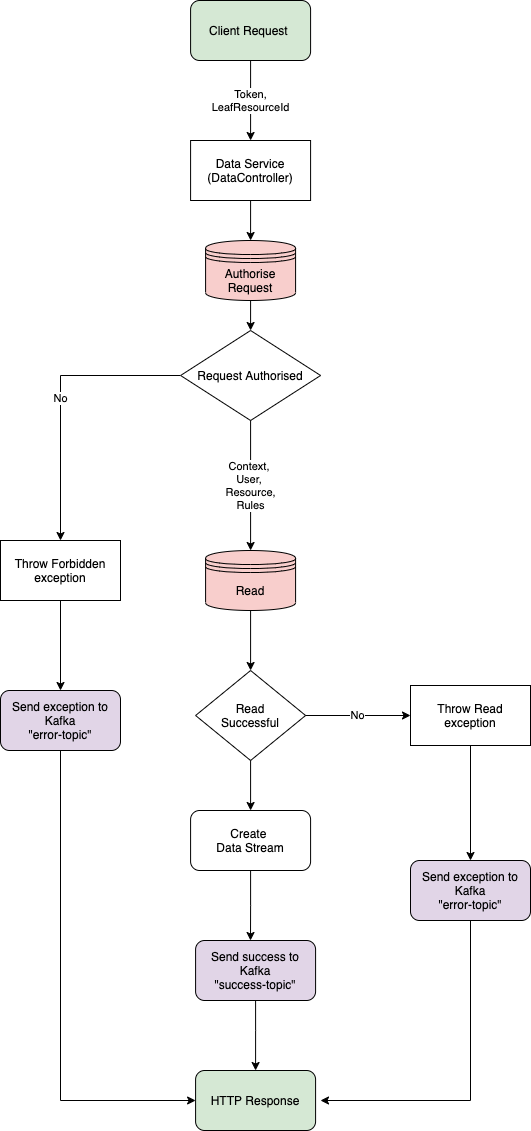
gchq/Palisade-services keeps this draw.io diagram as data-service/doc/data-service.png. Above is the earlier version. Source tidied: cells renumbered, new cells last; positions are measured from the earlier drawing's top-left corner, leaving out a move shared by most shapes.
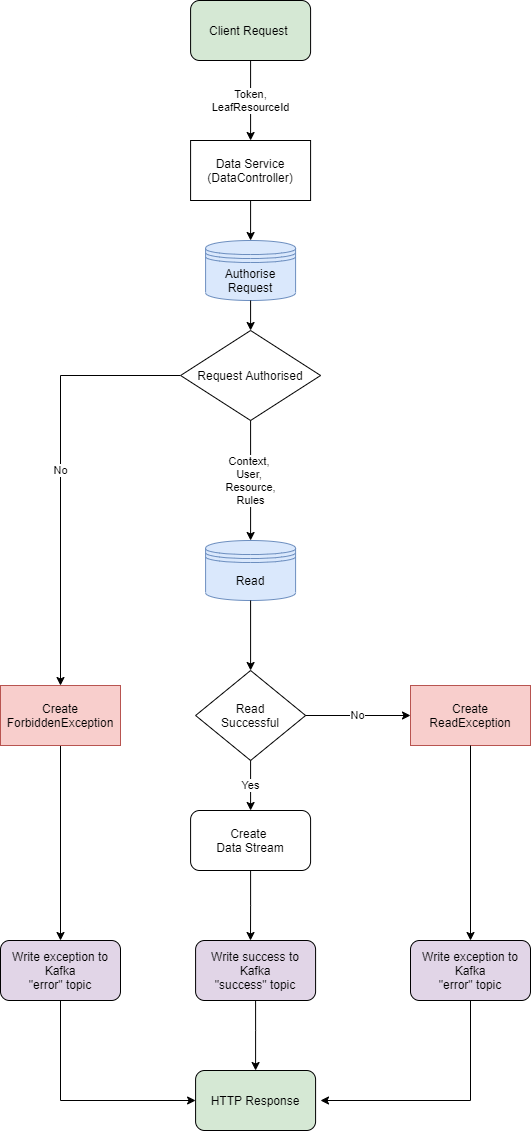
The same file after the commit.

Change to the diagram source:
```diff
@@ -14,11 +14,11 @@
     <mxCell id="5" style="edgeStyle=orthogonalEdgeStyle;rounded=0;jettySize=auto;html=1;exitX=0.5;exitY=1;exitDx=0;exitDy=0;entryX=0.5;entryY=0;entryDx=0;entryDy=0;" parent="1" edge="1" source="6" target="7">
       <mxGeometry relative="1" as="geometry" />
     </mxCell>
-    <mxCell id="6" value="Throw Forbidden exception" style="rounded=0;whiteSpace=wrap;html=1;" parent="1" vertex="1">
-      <mxGeometry y="540" width="120" height="60" as="geometry" />
+    <mxCell id="6" value="Create ForbiddenException" style="rounded=0;whiteSpace=wrap;html=1;fillColor=#f8cecc;strokeColor=#b85450;" parent="1" vertex="1">
+      <mxGeometry y="685" width="120" height="60" as="geometry" />
     </mxCell>
-    <mxCell id="7" value="&lt;div&gt;&lt;span&gt;Send exception to Kafka&lt;/span&gt;&lt;/div&gt;&lt;div&gt;&lt;span&gt;&quot;error-topic&quot;&lt;br&gt;&lt;/span&gt;&lt;/div&gt;" style="rounded=1;whiteSpace=wrap;html=1;fillColor=#E1D5E7;" parent="1" vertex="1">
-      <mxGeometry y="690" width="120" height="60" as="geometry" />
+    <mxCell id="7" value="&lt;div&gt;&lt;span&gt;Write exception to Kafka&lt;/span&gt;&lt;/div&gt;&lt;div&gt;&lt;span&gt;&quot;error&quot; topic&lt;br&gt;&lt;/span&gt;&lt;/div&gt;" style="rounded=1;whiteSpace=wrap;html=1;fillColor=#E1D5E7;" parent="1" vertex="1">
+      <mxGeometry y="940" width="120" height="60" as="geometry" />
     </mxCell>
     <mxCell id="8" value="Token,&lt;br&gt;LeafResourceId" style="edgeStyle=orthogonalEdgeStyle;rounded=1;jettySize=auto;html=1;exitX=0.5;exitY=1;exitDx=0;exitDy=0;entryX=0.5;entryY=0;entryDx=0;entryDy=0;" parent="1" edge="1" source="9" target="2">
       <mxGeometry relative="1" as="geometry" />
@@ -42,14 +42,14 @@
     <mxCell id="13" value="Read&lt;br&gt;Successful" style="rhombus;whiteSpace=wrap;html=1;" parent="1" vertex="1">
       <mxGeometry x="195.1" y="670" width="110" height="90" as="geometry" />
     </mxCell>
-    <mxCell id="14" value="Throw Read exception" style="rounded=0;whiteSpace=wrap;html=1;" parent="1" vertex="1">
+    <mxCell id="14" value="Create ReadException" style="rounded=0;whiteSpace=wrap;html=1;fillColor=#f8cecc;strokeColor=#b85450;" parent="1" vertex="1">
       <mxGeometry x="410" y="685" width="120" height="60" as="geometry" />
     </mxCell>
     <mxCell id="15" value="No" style="edgeStyle=orthogonalEdgeStyle;rounded=0;jettySize=auto;html=1;entryX=0;entryY=0.5;entryDx=0;entryDy=0;exitX=1;exitY=0.5;exitDx=0;exitDy=0;" parent="1" edge="1" source="13" target="14">
       <mxGeometry relative="1" as="geometry" />
     </mxCell>
-    <mxCell id="16" value="&lt;div&gt;&lt;span&gt;Send exception to Kafka&lt;/span&gt;&lt;/div&gt;&lt;div&gt;&lt;span&gt;&quot;error-topic&quot;&lt;br&gt;&lt;/span&gt;&lt;/div&gt;" style="rounded=1;whiteSpace=wrap;html=1;fillColor=#E1D5E7;" parent="1" vertex="1">
-      <mxGeometry x="410" y="860" width="120" height="60" as="geometry" />
+    <mxCell id="16" value="&lt;div&gt;&lt;span&gt;Write exception to Kafka&lt;/span&gt;&lt;/div&gt;&lt;div&gt;&lt;span&gt;&quot;error&quot; topic&lt;br&gt;&lt;/span&gt;&lt;/div&gt;" style="rounded=1;whiteSpace=wrap;html=1;fillColor=#E1D5E7;" parent="1" vertex="1">
+      <mxGeometry x="410" y="940" width="120" height="60" as="geometry" />
     </mxCell>
     <mxCell id="17" style="edgeStyle=orthogonalEdgeStyle;rounded=0;jettySize=auto;html=1;exitX=0.5;exitY=1;exitDx=0;exitDy=0;" parent="1" edge="1" source="16">
       <mxGeometry relative="1" as="geometry">
@@ -59,15 +59,13 @@
         </Array>
       </mxGeometry>
     </mxCell>
-    <mxCell id="18" style="edgeStyle=orthogonalEdgeStyle;rounded=0;jettySize=auto;html=1;exitX=0.5;exitY=1;exitDx=0;exitDy=0;" parent="1" edge="1" source="14">
-      <mxGeometry relative="1" as="geometry">
-        <mxPoint x="470" y="860" as="targetPoint" />
-      </mxGeometry>
+    <mxCell id="18" style="edgeStyle=orthogonalEdgeStyle;rounded=0;jettySize=auto;html=1;exitX=0.5;exitY=1;exitDx=0;exitDy=0;entryX=0.5;entryY=0;entryDx=0;entryDy=0;" parent="1" edge="1" source="14" target="16">
+      <mxGeometry relative="1" as="geometry" />
     </mxCell>
-    <mxCell id="19" value="&lt;div&gt;&lt;span&gt;Send success to Kafka&lt;/span&gt;&lt;/div&gt;&lt;div&gt;&lt;span&gt;&quot;success-topic&quot;&lt;br&gt;&lt;/span&gt;&lt;/div&gt;" style="rounded=1;whiteSpace=wrap;html=1;fillColor=#E1D5E7;" parent="1" vertex="1">
+    <mxCell id="19" value="&lt;div&gt;&lt;span&gt;Write success to Kafka&lt;/span&gt;&lt;/div&gt;&lt;div&gt;&lt;span&gt;&quot;success&quot; topic&lt;br&gt;&lt;/span&gt;&lt;/div&gt;" style="rounded=1;whiteSpace=wrap;html=1;fillColor=#E1D5E7;" parent="1" vertex="1">
       <mxGeometry x="195.1" y="940" width="120" height="60" as="geometry" />
     </mxCell>
-    <mxCell id="20" style="edgeStyle=orthogonalEdgeStyle;rounded=0;jettySize=auto;html=1;exitX=0.5;exitY=1;exitDx=0;exitDy=0;entryX=0.5;entryY=0;entryDx=0;entryDy=0;" parent="1" edge="1" source="13" target="22">
+    <mxCell id="20" value="Yes" style="edgeStyle=orthogonalEdgeStyle;rounded=0;jettySize=auto;html=1;exitX=0.5;exitY=1;exitDx=0;exitDy=0;entryX=0.5;entryY=0;entryDx=0;entryDy=0;" parent="1" edge="1" source="13" target="22">
       <mxGeometry relative="1" as="geometry" />
     </mxCell>
     <mxCell id="21" style="edgeStyle=orthogonalEdgeStyle;rounded=0;jettySize=auto;html=1;exitX=0.5;exitY=1;exitDx=0;exitDy=0;entryX=0.5;entryY=0;entryDx=0;entryDy=0;" parent="1" edge="1" source="19" target="11">
@@ -90,11 +88,11 @@
         </Array>
       </mxGeometry>
     </mxCell>
-    <mxCell id="24" value="&lt;span&gt;Authorise Request&lt;/span&gt;" style="shape=datastore;whiteSpace=wrap;html=1;fillColor=#F8CECC;" parent="1" vertex="1">
+    <mxCell id="24" value="&lt;span&gt;Authorise Request&lt;/span&gt;" style="shape=datastore;whiteSpace=wrap;html=1;fillColor=#dae8fc;strokeColor=#6c8ebf;" parent="1" vertex="1">
       <mxGeometry x="205.1" y="240" width="90" height="60" as="geometry" />
     </mxCell>
-    <mxCell id="25" value="&lt;span&gt;Read&lt;/span&gt;" style="shape=datastore;whiteSpace=wrap;html=1;fillColor=#F8CECC;" parent="1" vertex="1">
-      <mxGeometry x="205.1" y="550" width="90" height="60" as="geometry" />
+    <mxCell id="25" value="&lt;span&gt;Read&lt;/span&gt;" style="shape=datastore;whiteSpace=wrap;html=1;fillColor=#dae8fc;strokeColor=#6c8ebf;" parent="1" vertex="1">
+      <mxGeometry x="205.1" y="540" width="90" height="60" as="geometry" />
     </mxCell>
     <mxCell id="26" style="endArrow=classic;html=1;exitX=0.5;exitY=1;exitDx=0;exitDy=0;entryX=0.5;entryY=0;entryDx=0;entryDy=0;" parent="1" edge="1" source="2" target="24">
       <mxGeometry relative="1" as="geometry" />
```
